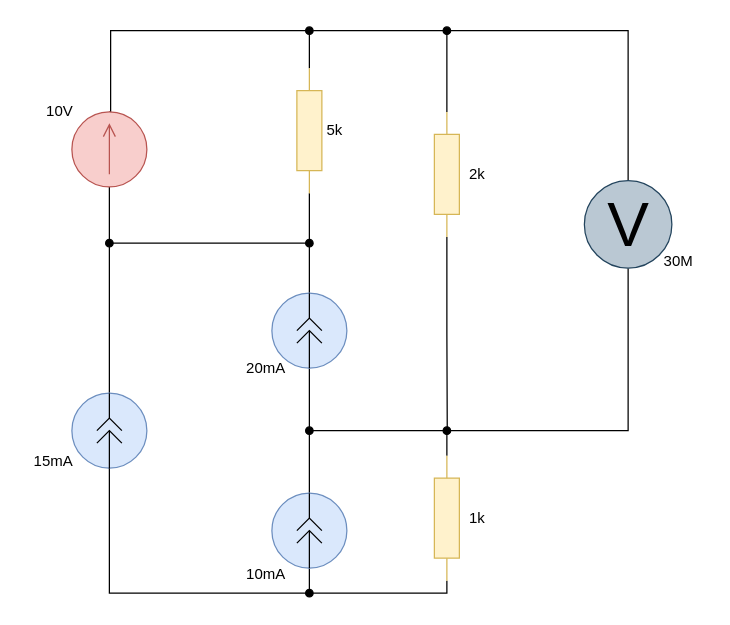
nlrezortiez/eltex_23-24 keeps this draw.io diagram as page "task" (1 of 4) of lab1/lab1.drawio. Above is the earlier version. Source tidied: cells renumbered, new cells numbered last; positions are measured from the earlier drawing's top-left corner, leaving out a move shared by most shapes. Both pictures are drawn from the tidied source at 125%, with x=0, y=0 at pixel (21, 30).
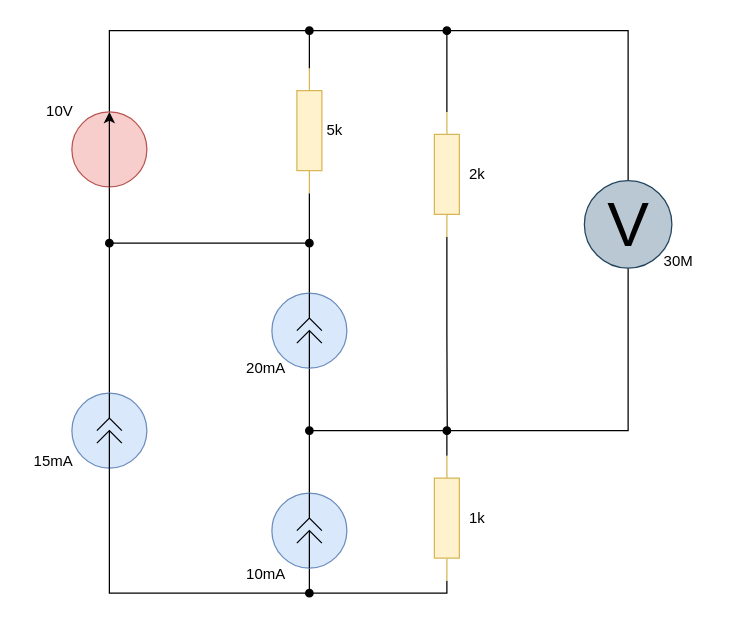
The same page after the edit.

The change refers to these unchanged cells:
```xml
<mxCell id="10" style="verticalLabelPosition=bottom;shadow=0;dashed=0;align=center;html=1;verticalAlign=top;shape=mxgraph.electrical.resistors.resistor_1;direction=south;fillColor=#fff2cc;strokeColor=#d6b656;" parent="1" vertex="1">
  <mxGeometry x="220" y="30" width="20" height="100" as="geometry" />
</mxCell>
```

The edit, as a diff of the source:
```diff
@@
-    <mxCell id="2" style="edgeStyle=orthogonalEdgeStyle;rounded=0;jettySize=auto;html=1;exitX=1;exitY=0.5;exitDx=0;exitDy=0;exitPerimeter=0;entryX=0;entryY=0.5;entryDx=0;entryDy=0;entryPerimeter=0;endArrow=none;endFill=0;" parent="1" edge="1" source="26" target="10">
-      <mxGeometry relative="1" as="geometry">
-        <Array as="points">
-          <mxPoint x="71" y="65" />
-          <mxPoint x="71" />
-          <mxPoint x="230" />
-        </Array>
-      </mxGeometry>
-    </mxCell>
@@
-    <mxCell id="25" style="edgeStyle=orthogonalEdgeStyle;rounded=0;jettySize=auto;html=1;exitX=0;exitY=0.5;exitDx=0;exitDy=0;exitPerimeter=0;endArrow=none;endFill=0;" parent="1" edge="1" source="26">
-      <mxGeometry relative="1" as="geometry">
-        <mxPoint x="70" y="170" as="targetPoint" />
-      </mxGeometry>
-    </mxCell>
-    <mxCell id="26" style="verticalLabelPosition=bottom;shadow=0;dashed=0;align=center;html=1;verticalAlign=top;shape=mxgraph.electrical.signal_sources.source;points=[[0.5,0,0],[1,0.5,0],[0.5,1,0],[0,0.5,0]];elSignalType=dc1;direction=north;fillColor=#f8cecc;strokeColor=#b85450;" parent="1" vertex="1">
-      <mxGeometry x="40" y="65" width="60" height="60" as="geometry" />
-    </mxCell>
@@
+    <mxCell id="41" style="edgeStyle=orthogonalEdgeStyle;rounded=0;jettySize=auto;html=1;exitX=0.5;exitY=1;exitDx=0;exitDy=0;endArrow=none;endFill=0;" parent="1" edge="1" source="43">
+      <mxGeometry relative="1" as="geometry">
+        <mxPoint x="70" y="170" as="targetPoint" />
+      </mxGeometry>
+    </mxCell>
+    <mxCell id="42" style="edgeStyle=orthogonalEdgeStyle;rounded=0;jettySize=auto;html=1;exitX=0.5;exitY=0;exitDx=0;exitDy=0;entryX=0;entryY=0.5;entryDx=0;entryDy=0;entryPerimeter=0;endArrow=none;endFill=0;" parent="1" edge="1" source="43" target="10">
+      <mxGeometry relative="1" as="geometry">
+        <Array as="points">
+          <mxPoint x="70" />
+          <mxPoint x="230" />
+        </Array>
+      </mxGeometry>
+    </mxCell>
+    <mxCell id="43" style="ellipse;whiteSpace=wrap;html=1;fillColor=#f8cecc;strokeColor=#b85450;" parent="1" vertex="1">
+      <mxGeometry x="40" y="65" width="60" height="60" as="geometry" />
+    </mxCell>
+    <mxCell id="44" style="endArrow=classic;html=1;rounded=0;exitX=0.5;exitY=1;exitDx=0;exitDy=0;entryX=0.5;entryY=0;entryDx=0;entryDy=0;" parent="1" edge="1" source="43" target="43">
+      <mxGeometry relative="1" as="geometry" />
+    </mxCell>
```
